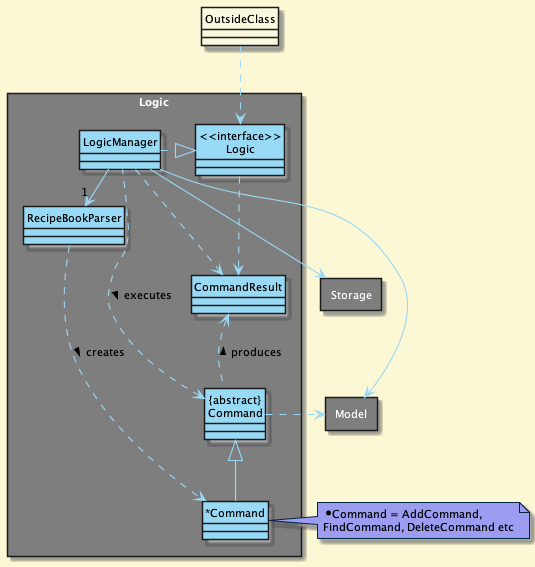
Above: docs/umlDiagrams/img/LogicClassDiagram.png in yusufaine/tp (PlantUML), before the change.
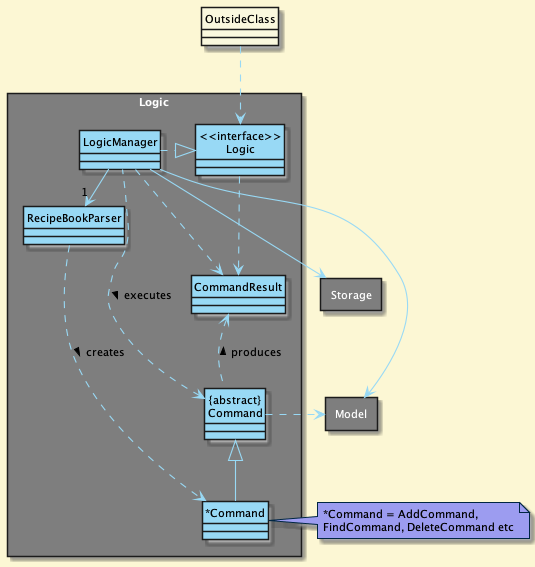
The same file after the commit.

Diff of the diagram source:
```diff
@@ -43,7 +43,7 @@
 Storage --[hidden] Model
 Command .[hidden]up.> Storage
 Command .right.> Model
-note right of "*Command" LOGIC_COLOR_T1: *Command = AddCommand, \nFindCommand, DeleteCommand etc
+note right of "*Command" LOGIC_COLOR_T1: ~*Command = AddCommand, \nFindCommand, DeleteCommand etc
 
 Logic ..> CommandResult
 LogicManager .down.> CommandResult
```
